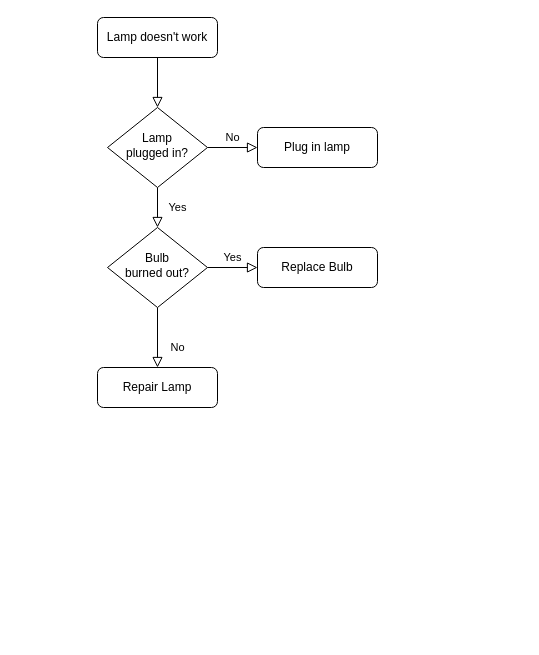
Earlier version of the draw.io diagram Untitled Diagram.drawio (Livia-1212/RemoteStudentProject). Source tidied: cells renumbered, new cells numbered last; positions are measured from the earlier drawing's top-left corner, leaving out a move shared by most shapes. Both pictures are drawn from the tidied source at 100%, with x=0, y=0 at pixel (97, 17).
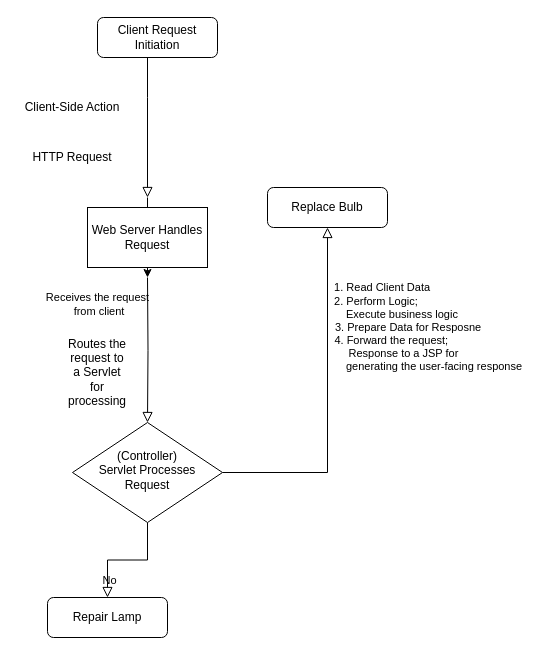
Above is the later version.

Change to the diagram source:
```diff
@@
 <mxGraphModel>
   <root>
     <mxCell id="0" />
     <mxCell id="1" parent="0" />
-    <mxCell id="2" style="rounded=0;html=1;jettySize=auto;fontSize=11;endArrow=block;endFill=0;endSize=8;strokeWidth=1;shadow=0;labelBackgroundColor=none;edgeStyle=orthogonalEdgeStyle;" parent="1" edge="1" source="3" target="6">
-      <mxGeometry relative="1" as="geometry" />
+    <mxCell id="2" style="rounded=0;html=1;jettySize=auto;fontSize=11;endArrow=block;endFill=0;endSize=8;strokeWidth=1;shadow=0;labelBackgroundColor=none;edgeStyle=orthogonalEdgeStyle;" parent="1" edge="1" source="3">
+      <mxGeometry relative="1" as="geometry">
+        <mxPoint x="50" y="180" as="targetPoint" />
+        <Array as="points">
+          <mxPoint x="50" y="80" />
+          <mxPoint x="50" y="80" />
+        </Array>
+      </mxGeometry>
     </mxCell>
-    <mxCell id="3" value="Lamp doesn't work" style="rounded=1;whiteSpace=wrap;html=1;fontSize=12;glass=0;strokeWidth=1;shadow=0;" parent="1" vertex="1">
+    <mxCell id="3" value="Client Request Initiation" style="rounded=1;whiteSpace=wrap;html=1;fontSize=12;glass=0;strokeWidth=1;shadow=0;" parent="1" vertex="1">
       <mxGeometry width="120" height="40" as="geometry" />
     </mxCell>
-    <mxCell id="4" value="Yes" style="rounded=0;html=1;jettySize=auto;fontSize=11;endArrow=block;endFill=0;endSize=8;strokeWidth=1;shadow=0;labelBackgroundColor=none;edgeStyle=orthogonalEdgeStyle;" parent="1" edge="1" source="6" target="10">
-      <mxGeometry y="20" relative="1" as="geometry" />
+    <mxCell id="4" value="Receives the request&lt;div&gt;&amp;nbsp;from client&lt;/div&gt;" style="rounded=0;html=1;jettySize=auto;fontSize=11;endArrow=block;endFill=0;endSize=8;strokeWidth=1;shadow=0;labelBackgroundColor=none;edgeStyle=orthogonalEdgeStyle;" parent="1" edge="1" target="10">
+      <mxGeometry x="-0.63" y="-50" relative="1" as="geometry">
+        <mxPoint x="50" y="260" as="sourcePoint" />
+      </mxGeometry>
     </mxCell>
-    <mxCell id="5" value="No" style="edgeStyle=orthogonalEdgeStyle;rounded=0;html=1;jettySize=auto;fontSize=11;endArrow=block;endFill=0;endSize=8;strokeWidth=1;shadow=0;labelBackgroundColor=none;" parent="1" edge="1" source="6" target="7">
-      <mxGeometry y="10" relative="1" as="geometry" />
-    </mxCell>
-    <mxCell id="6" value="Lamp&lt;br&gt;plugged in?" style="rhombus;whiteSpace=wrap;html=1;shadow=0;fontFamily=Helvetica;fontSize=12;align=center;strokeWidth=1;spacing=6;spacingTop=-4;" parent="1" vertex="1">
-      <mxGeometry x="10" y="90" width="100" height="80" as="geometry" />
-    </mxCell>
-    <mxCell id="7" value="Plug in lamp" style="rounded=1;whiteSpace=wrap;html=1;fontSize=12;glass=0;strokeWidth=1;shadow=0;" parent="1" vertex="1">
-      <mxGeometry x="160" y="110" width="120" height="40" as="geometry" />
-    </mxCell>
     <mxCell id="8" value="No" style="rounded=0;html=1;jettySize=auto;fontSize=11;endArrow=block;endFill=0;endSize=8;strokeWidth=1;shadow=0;labelBackgroundColor=none;edgeStyle=orthogonalEdgeStyle;" parent="1" edge="1" source="10" target="11">
       <mxGeometry x="0.33" y="20" relative="1" as="geometry" />
     </mxCell>
-    <mxCell id="9" value="Yes" style="edgeStyle=orthogonalEdgeStyle;rounded=0;html=1;jettySize=auto;fontSize=11;endArrow=block;endFill=0;endSize=8;strokeWidth=1;shadow=0;labelBackgroundColor=none;" parent="1" edge="1" source="10" target="12">
-      <mxGeometry y="10" relative="1" as="geometry" />
+    <mxCell id="9" value="&amp;nbsp; &amp;nbsp;1. Read Client Data&lt;br&gt;2. Perform Logic;&amp;nbsp;&lt;div&gt;&amp;nbsp; &amp;nbsp; &amp;nbsp; &amp;nbsp; &amp;nbsp; &amp;nbsp; &amp;nbsp; &amp;nbsp; Execute business logic&lt;br&gt;&amp;nbsp; &amp;nbsp; &amp;nbsp; &amp;nbsp; &amp;nbsp; &amp;nbsp; &amp;nbsp; &amp;nbsp; &amp;nbsp; &amp;nbsp; 3. Prepare Data for Resposne&lt;/div&gt;&lt;div&gt;&amp;nbsp; &amp;nbsp; &amp;nbsp; &amp;nbsp; &amp;nbsp;4. Forward the request;&lt;/div&gt;&lt;div&gt;&amp;nbsp; &amp;nbsp; &amp;nbsp; &amp;nbsp; &amp;nbsp; &amp;nbsp; &amp;nbsp; &amp;nbsp; &amp;nbsp; Response to a JSP for&amp;nbsp;&lt;/div&gt;&lt;div&gt;&amp;nbsp; &amp;nbsp; &amp;nbsp; &amp;nbsp; &amp;nbsp; &amp;nbsp; &amp;nbsp; &amp;nbsp; &amp;nbsp; &amp;nbsp; &amp;nbsp; &amp;nbsp; &amp;nbsp; &amp;nbsp; &amp;nbsp; &amp;nbsp; &amp;nbsp; &amp;nbsp; &amp;nbsp;generating the user-facing response&lt;/div&gt;" style="edgeStyle=orthogonalEdgeStyle;rounded=0;html=1;jettySize=auto;fontSize=11;endArrow=block;endFill=0;endSize=8;strokeWidth=1;shadow=0;labelBackgroundColor=none;" parent="1" edge="1" source="10" target="12">
+      <mxGeometry x="0.43" y="-50" relative="1" as="geometry" />
     </mxCell>
-    <mxCell id="10" value="Bulb&lt;br&gt;burned out?" style="rhombus;whiteSpace=wrap;html=1;shadow=0;fontFamily=Helvetica;fontSize=12;align=center;strokeWidth=1;spacing=6;spacingTop=-4;" parent="1" vertex="1">
-      <mxGeometry x="10" y="210" width="100" height="80" as="geometry" />
+    <mxCell id="10" value="(Controller)&lt;br&gt;Servlet Processes Request" style="rhombus;whiteSpace=wrap;html=1;shadow=0;fontFamily=Helvetica;fontSize=12;align=center;strokeWidth=1;spacing=6;spacingTop=-4;" parent="1" vertex="1">
+      <mxGeometry x="-25" y="405" width="150" height="100" as="geometry" />
     </mxCell>
     <mxCell id="11" value="Repair Lamp" style="rounded=1;whiteSpace=wrap;html=1;fontSize=12;glass=0;strokeWidth=1;shadow=0;" parent="1" vertex="1">
-      <mxGeometry y="350" width="120" height="40" as="geometry" />
+      <mxGeometry x="-50" y="580" width="120" height="40" as="geometry" />
     </mxCell>
     <mxCell id="12" value="Replace Bulb" style="rounded=1;whiteSpace=wrap;html=1;fontSize=12;glass=0;strokeWidth=1;shadow=0;" parent="1" vertex="1">
-      <mxGeometry x="160" y="230" width="120" height="40" as="geometry" />
+      <mxGeometry x="170" y="170" width="120" height="40" as="geometry" />
     </mxCell>
+    <mxCell id="13" style="edgeStyle=orthogonalEdgeStyle;rounded=0;orthogonalLoop=1;jettySize=auto;html=1;exitX=0.5;exitY=0;exitDx=0;exitDy=0;entryX=0.5;entryY=1;entryDx=0;entryDy=0;" parent="1" edge="1">
+      <mxGeometry relative="1" as="geometry">
+        <mxPoint x="50" y="180" as="sourcePoint" />
+        <mxPoint x="50" y="260" as="targetPoint" />
+      </mxGeometry>
+    </mxCell>
+    <mxCell id="14" value="Client-Side Action" style="text;strokeColor=none;align=center;fillColor=none;html=1;verticalAlign=middle;whiteSpace=wrap;rounded=0;" parent="1" vertex="1">
+      <mxGeometry x="-80" y="70" width="110" height="40" as="geometry" />
+    </mxCell>
+    <mxCell id="15" value="HTTP Request" style="text;strokeColor=none;align=center;fillColor=none;html=1;verticalAlign=middle;whiteSpace=wrap;rounded=0;" parent="1" vertex="1">
+      <mxGeometry x="-80" y="120" width="110" height="40" as="geometry" />
+    </mxCell>
+    <mxCell id="16" value="Web Server Handles Request" style="rounded=0;whiteSpace=wrap;html=1;" parent="1" vertex="1">
+      <mxGeometry x="-10" y="190" width="120" height="60" as="geometry" />
+    </mxCell>
+    <mxCell id="17" value="Routes the request to a Servlet for processing" style="text;strokeColor=none;align=center;fillColor=none;html=1;verticalAlign=middle;whiteSpace=wrap;rounded=0;" parent="1" vertex="1">
+      <mxGeometry x="-30" y="340" width="60" height="30" as="geometry" />
+    </mxCell>
   </root>
 </mxGraphModel>
```
